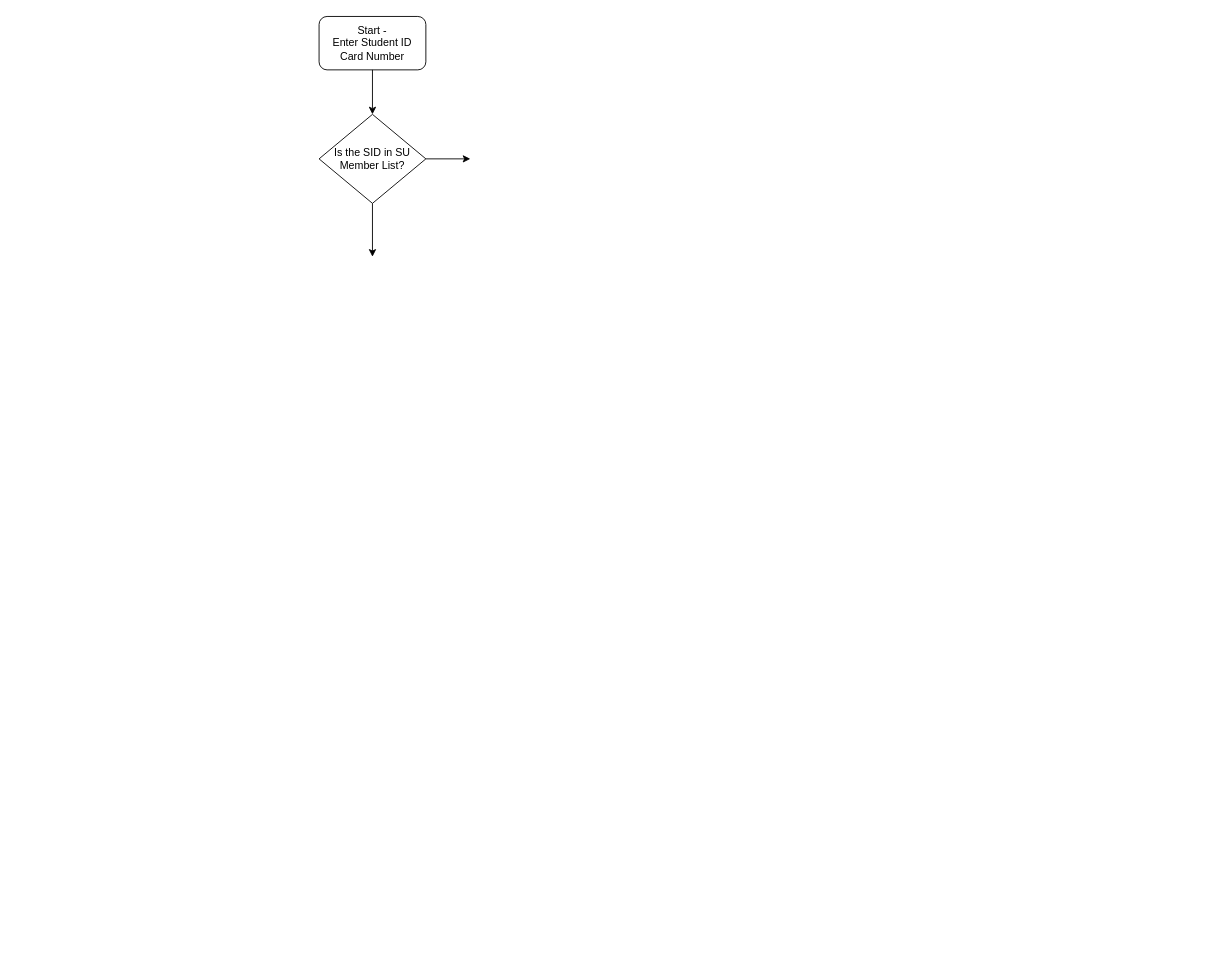
The draw.io diagram Untitled Diagram.drawio in horacewhc/hello-world, before the edit. Source tidied: cells renumbered, new cells numbered last; positions are measured from the earlier drawing's top-left corner, leaving out a move shared by most shapes. Both pictures are drawn from the tidied source at 89%, with x=0, y=0 at pixel (319, 16).
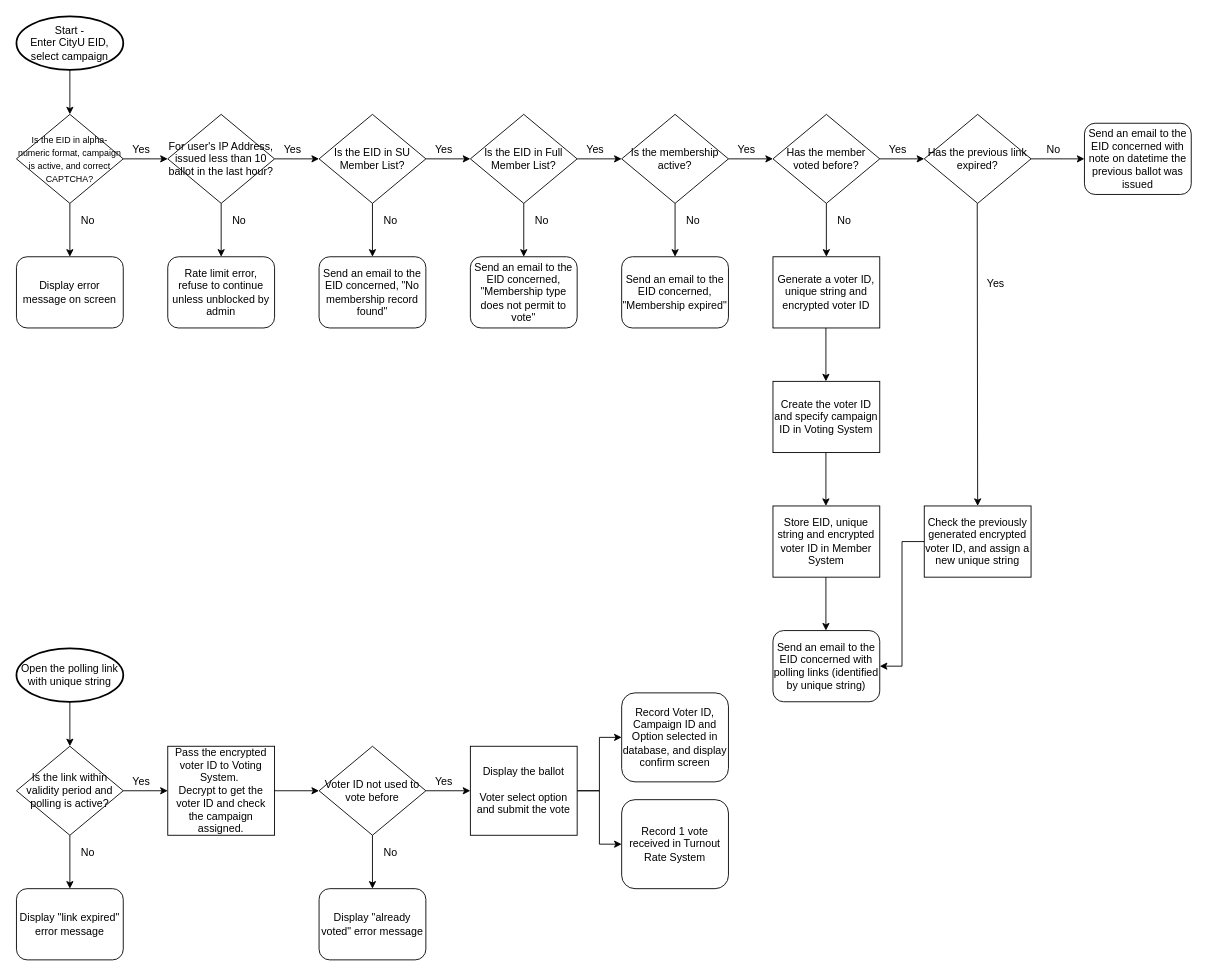
The same page after the edit.

The edit, as a diff of the source:
```diff
@@
-    <mxCell id="2" value="Start - &lt;br&gt;Enter Student ID Card Number" style="rounded=1;whiteSpace=wrap;html=1;" parent="1" vertex="1">
-      <mxGeometry width="120" height="60" as="geometry" />
-    </mxCell>
-    <mxCell id="3" style="endArrow=classic;html=1;rounded=0;exitX=0.5;exitY=1;exitDx=0;exitDy=0;" parent="1" edge="1" source="2">
+    <mxCell id="3" style="endArrow=classic;html=1;rounded=0;exitX=0.5;exitY=1;exitDx=0;exitDy=0;" parent="1" edge="1">
       <mxGeometry relative="1" as="geometry">
-        <mxPoint x="60" y="110" as="targetPoint" />
+        <mxPoint x="-280" y="60" as="sourcePoint" />
+        <mxPoint x="-280" y="110" as="targetPoint" />
       </mxGeometry>
     </mxCell>
-    <mxCell id="4" value="Is the SID in SU Member List?" style="rhombus;whiteSpace=wrap;html=1;" parent="1" vertex="1">
+    <mxCell id="4" value="Is the EID in SU Member List?" style="rhombus;whiteSpace=wrap;html=1;" parent="1" vertex="1">
       <mxGeometry y="110" width="120" height="100" as="geometry" />
     </mxCell>
@@
+    <mxCell id="7" value="Yes" style="text;html=1;align=center;verticalAlign=middle;fillColor=none;strokeColor=none;rounded=0;" parent="1" vertex="1">
+      <mxGeometry x="120" y="140" width="40" height="20" as="geometry" />
+    </mxCell>
+    <mxCell id="8" value="No" style="text;html=1;align=center;verticalAlign=middle;fillColor=none;strokeColor=none;rounded=0;" parent="1" vertex="1">
+      <mxGeometry x="65" y="220" width="30" height="20" as="geometry" />
+    </mxCell>
+    <mxCell id="9" value="Send an email to the EID concerned, &quot;No membership record found&quot;" style="rounded=1;whiteSpace=wrap;html=1;" parent="1" vertex="1">
+      <mxGeometry y="270" width="120" height="80" as="geometry" />
+    </mxCell>
+    <mxCell id="10" value="Is the EID in Full Member List?" style="rhombus;whiteSpace=wrap;html=1;" parent="1" vertex="1">
+      <mxGeometry x="170" y="110" width="120" height="100" as="geometry" />
+    </mxCell>
+    <mxCell id="11" style="endArrow=classic;html=1;rounded=0;exitX=0.5;exitY=1;exitDx=0;exitDy=0;" parent="1" edge="1">
+      <mxGeometry relative="1" as="geometry">
+        <mxPoint x="230" y="210" as="sourcePoint" />
+        <mxPoint x="230" y="270" as="targetPoint" />
+      </mxGeometry>
+    </mxCell>
+    <mxCell id="12" value="No" style="text;html=1;align=center;verticalAlign=middle;fillColor=none;strokeColor=none;rounded=0;" parent="1" vertex="1">
+      <mxGeometry x="235" y="220" width="30" height="20" as="geometry" />
+    </mxCell>
+    <mxCell id="13" value="Send an email to the EID concerned, &quot;Membership type does not permit to vote&quot;" style="rounded=1;whiteSpace=wrap;html=1;" parent="1" vertex="1">
+      <mxGeometry x="170" y="270" width="120" height="80" as="geometry" />
+    </mxCell>
+    <mxCell id="14" value="&lt;font style=&quot;font-size: 10px&quot;&gt;Is the EID in alpha-numeric format, campaign is active, and correct CAPTCHA?&lt;/font&gt;" style="rhombus;whiteSpace=wrap;html=1;" parent="1" vertex="1">
+      <mxGeometry x="-340" y="110" width="120" height="100" as="geometry" />
+    </mxCell>
+    <mxCell id="15" style="endArrow=classic;html=1;rounded=0;exitX=1;exitY=0.5;exitDx=0;exitDy=0;" parent="1" edge="1">
+      <mxGeometry relative="1" as="geometry">
+        <mxPoint x="-50" y="160" as="sourcePoint" />
+        <mxPoint y="160" as="targetPoint" />
+      </mxGeometry>
+    </mxCell>
+    <mxCell id="16" style="endArrow=classic;html=1;rounded=0;exitX=0.5;exitY=1;exitDx=0;exitDy=0;" parent="1" edge="1" source="14">
+      <mxGeometry relative="1" as="geometry">
+        <mxPoint x="-280" y="270" as="targetPoint" />
+      </mxGeometry>
+    </mxCell>
+    <mxCell id="17" value="Yes" style="text;html=1;align=center;verticalAlign=middle;fillColor=none;strokeColor=none;rounded=0;" parent="1" vertex="1">
+      <mxGeometry x="-50" y="140" width="40" height="20" as="geometry" />
+    </mxCell>
+    <mxCell id="18" value="No" style="text;html=1;align=center;verticalAlign=middle;fillColor=none;strokeColor=none;rounded=0;" parent="1" vertex="1">
+      <mxGeometry x="-275" y="220" width="30" height="20" as="geometry" />
+    </mxCell>
+    <mxCell id="19" value="Display error message on screen" style="rounded=1;whiteSpace=wrap;html=1;" parent="1" vertex="1">
+      <mxGeometry x="-340" y="270" width="120" height="80" as="geometry" />
+    </mxCell>
+    <mxCell id="20" value="For user's IP Address, issued less than 10 ballot in the last hour?" style="rhombus;whiteSpace=wrap;html=1;" parent="1" vertex="1">
+      <mxGeometry x="-170" y="110" width="120" height="100" as="geometry" />
+    </mxCell>
+    <mxCell id="21" style="endArrow=classic;html=1;rounded=0;exitX=0.5;exitY=1;exitDx=0;exitDy=0;" parent="1" edge="1" source="20">
+      <mxGeometry relative="1" as="geometry">
+        <mxPoint x="-110" y="270" as="targetPoint" />
+      </mxGeometry>
+    </mxCell>
+    <mxCell id="22" value="No" style="text;html=1;align=center;verticalAlign=middle;fillColor=none;strokeColor=none;rounded=0;" parent="1" vertex="1">
+      <mxGeometry x="-105" y="220" width="30" height="20" as="geometry" />
+    </mxCell>
+    <mxCell id="23" value="Rate limit error, refuse to continue unless unblocked by admin" style="rounded=1;whiteSpace=wrap;html=1;" parent="1" vertex="1">
+      <mxGeometry x="-170" y="270" width="120" height="80" as="geometry" />
+    </mxCell>
+    <mxCell id="24" style="endArrow=classic;html=1;rounded=0;exitX=1;exitY=0.5;exitDx=0;exitDy=0;" parent="1" edge="1">
+      <mxGeometry relative="1" as="geometry">
+        <mxPoint x="-220" y="160" as="sourcePoint" />
+        <mxPoint x="-170" y="160" as="targetPoint" />
+      </mxGeometry>
+    </mxCell>
+    <mxCell id="25" value="Yes" style="text;html=1;align=center;verticalAlign=middle;fillColor=none;strokeColor=none;rounded=0;" parent="1" vertex="1">
+      <mxGeometry x="-220" y="140" width="40" height="20" as="geometry" />
+    </mxCell>
+    <mxCell id="26" style="endArrow=classic;html=1;rounded=0;exitX=1;exitY=0.5;exitDx=0;exitDy=0;" parent="1" edge="1">
+      <mxGeometry relative="1" as="geometry">
+        <mxPoint x="290" y="160" as="sourcePoint" />
+        <mxPoint x="340" y="160" as="targetPoint" />
+      </mxGeometry>
+    </mxCell>
+    <mxCell id="27" value="Yes" style="text;html=1;align=center;verticalAlign=middle;fillColor=none;strokeColor=none;rounded=0;" parent="1" vertex="1">
+      <mxGeometry x="290" y="140" width="40" height="20" as="geometry" />
+    </mxCell>
+    <mxCell id="28" value="Is the membership active?" style="rhombus;whiteSpace=wrap;html=1;" parent="1" vertex="1">
+      <mxGeometry x="340" y="110" width="120" height="100" as="geometry" />
+    </mxCell>
+    <mxCell id="29" style="endArrow=classic;html=1;rounded=0;exitX=0.5;exitY=1;exitDx=0;exitDy=0;" parent="1" edge="1">
+      <mxGeometry relative="1" as="geometry">
+        <mxPoint x="400" y="210" as="sourcePoint" />
+        <mxPoint x="400" y="270" as="targetPoint" />
+      </mxGeometry>
+    </mxCell>
+    <mxCell id="30" value="No" style="text;html=1;align=center;verticalAlign=middle;fillColor=none;strokeColor=none;rounded=0;" parent="1" vertex="1">
+      <mxGeometry x="405" y="220" width="30" height="20" as="geometry" />
+    </mxCell>
+    <mxCell id="31" value="Send an email to the EID concerned, &quot;Membership expired&quot;" style="rounded=1;whiteSpace=wrap;html=1;" parent="1" vertex="1">
+      <mxGeometry x="340" y="270" width="120" height="80" as="geometry" />
+    </mxCell>
+    <mxCell id="32" style="endArrow=classic;html=1;rounded=0;exitX=1;exitY=0.5;exitDx=0;exitDy=0;" parent="1" edge="1">
+      <mxGeometry relative="1" as="geometry">
+        <mxPoint x="460" y="160" as="sourcePoint" />
+        <mxPoint x="510" y="160" as="targetPoint" />
+      </mxGeometry>
+    </mxCell>
+    <mxCell id="33" value="Yes" style="text;html=1;align=center;verticalAlign=middle;fillColor=none;strokeColor=none;rounded=0;" parent="1" vertex="1">
+      <mxGeometry x="460" y="140" width="40" height="20" as="geometry" />
+    </mxCell>
+    <mxCell id="34" value="Has the member voted before?" style="rhombus;whiteSpace=wrap;html=1;" parent="1" vertex="1">
+      <mxGeometry x="510" y="110" width="120" height="100" as="geometry" />
+    </mxCell>
+    <mxCell id="35" style="endArrow=classic;html=1;rounded=0;exitX=0.5;exitY=1;exitDx=0;exitDy=0;" parent="1" edge="1">
+      <mxGeometry relative="1" as="geometry">
+        <mxPoint x="570" y="210" as="sourcePoint" />
+        <mxPoint x="570" y="270" as="targetPoint" />
+      </mxGeometry>
+    </mxCell>
+    <mxCell id="36" value="No" style="text;html=1;align=center;verticalAlign=middle;fillColor=none;strokeColor=none;rounded=0;" parent="1" vertex="1">
+      <mxGeometry x="575" y="220" width="30" height="20" as="geometry" />
+    </mxCell>
+    <mxCell id="37" style="endArrow=classic;html=1;rounded=0;exitX=1;exitY=0.5;exitDx=0;exitDy=0;" parent="1" edge="1">
+      <mxGeometry relative="1" as="geometry">
+        <mxPoint x="630" y="160" as="sourcePoint" />
+        <mxPoint x="680" y="160" as="targetPoint" />
+      </mxGeometry>
+    </mxCell>
+    <mxCell id="38" value="Yes" style="text;html=1;align=center;verticalAlign=middle;fillColor=none;strokeColor=none;rounded=0;" parent="1" vertex="1">
+      <mxGeometry x="630" y="140" width="40" height="20" as="geometry" />
+    </mxCell>
+    <mxCell id="39" value="Has the previous link expired?" style="rhombus;whiteSpace=wrap;html=1;" parent="1" vertex="1">
+      <mxGeometry x="680" y="110" width="120" height="100" as="geometry" />
+    </mxCell>
+    <mxCell id="40" style="endArrow=classic;html=1;rounded=0;exitX=1;exitY=0.5;exitDx=0;exitDy=0;" parent="1" edge="1" source="39">
+      <mxGeometry relative="1" as="geometry">
+        <mxPoint x="860" y="160" as="targetPoint" />
+      </mxGeometry>
+    </mxCell>
+    <mxCell id="41" value="No" style="text;html=1;align=center;verticalAlign=middle;fillColor=none;strokeColor=none;rounded=0;" parent="1" vertex="1">
+      <mxGeometry x="810" y="140" width="30" height="20" as="geometry" />
+    </mxCell>
+    <mxCell id="42" value="Send an email to the EID concerned with note on datetime the previous ballot was issued" style="rounded=1;whiteSpace=wrap;html=1;" parent="1" vertex="1">
+      <mxGeometry x="860" y="120" width="120" height="80" as="geometry" />
+    </mxCell>
+    <mxCell id="43" value="Generate a voter ID, unique string and encrypted voter ID" style="rounded=0;whiteSpace=wrap;html=1;fontSize=12;" parent="1" vertex="1">
+      <mxGeometry x="510" y="270" width="120" height="80" as="geometry" />
+    </mxCell>
+    <mxCell id="44" style="endArrow=classic;html=1;rounded=0;exitX=0.5;exitY=1;exitDx=0;exitDy=0;" parent="1" edge="1">
+      <mxGeometry relative="1" as="geometry">
+        <mxPoint x="569.5" y="350" as="sourcePoint" />
+        <mxPoint x="569.5" y="410" as="targetPoint" />
+      </mxGeometry>
+    </mxCell>
+    <mxCell id="45" value="Create the voter ID and specify campaign ID in Voting System" style="rounded=0;whiteSpace=wrap;html=1;fontSize=12;" parent="1" vertex="1">
+      <mxGeometry x="510" y="410" width="120" height="80" as="geometry" />
+    </mxCell>
+    <mxCell id="46" style="endArrow=classic;html=1;rounded=0;exitX=0.5;exitY=1;exitDx=0;exitDy=0;" parent="1" edge="1">
+      <mxGeometry relative="1" as="geometry">
+        <mxPoint x="569.5" y="490" as="sourcePoint" />
+        <mxPoint x="569.5" y="550" as="targetPoint" />
+      </mxGeometry>
+    </mxCell>
+    <mxCell id="47" value="Store EID, unique string and encrypted voter ID in Member System" style="rounded=0;whiteSpace=wrap;html=1;fontSize=12;" parent="1" vertex="1">
+      <mxGeometry x="510" y="550" width="120" height="80" as="geometry" />
+    </mxCell>
+    <mxCell id="48" style="endArrow=classic;html=1;rounded=0;exitX=0.5;exitY=1;exitDx=0;exitDy=0;" parent="1" edge="1">
+      <mxGeometry relative="1" as="geometry">
+        <mxPoint x="569.5" y="630" as="sourcePoint" />
+        <mxPoint x="569.5" y="690" as="targetPoint" />
+      </mxGeometry>
+    </mxCell>
+    <mxCell id="49" value="Send an email to the EID concerned with polling links (identified by unique string)" style="rounded=1;whiteSpace=wrap;html=1;" parent="1" vertex="1">
+      <mxGeometry x="510" y="690" width="120" height="80" as="geometry" />
+    </mxCell>
+    <mxCell id="50" value="Yes" style="text;html=1;align=center;verticalAlign=middle;fillColor=none;strokeColor=none;rounded=0;" parent="1" vertex="1">
+      <mxGeometry x="740" y="290" width="40" height="20" as="geometry" />
+    </mxCell>
+    <mxCell id="51" style="edgeStyle=orthogonalEdgeStyle;rounded=0;jettySize=auto;html=1;entryX=1;entryY=0.5;entryDx=0;entryDy=0;fontSize=12;" parent="1" edge="1" source="52" target="49">
+      <mxGeometry relative="1" as="geometry" />
+    </mxCell>
+    <mxCell id="52" value="Check the previously generated encrypted voter ID, and assign a new unique string" style="rounded=0;whiteSpace=wrap;html=1;fontSize=12;" parent="1" vertex="1">
+      <mxGeometry x="680" y="550" width="120" height="80" as="geometry" />
+    </mxCell>
+    <mxCell id="53" style="endArrow=classic;html=1;rounded=0;exitX=0.5;exitY=1;exitDx=0;exitDy=0;entryX=0.5;entryY=0;entryDx=0;entryDy=0;" parent="1" edge="1" target="52">
+      <mxGeometry relative="1" as="geometry">
+        <mxPoint x="739.5" y="210" as="sourcePoint" />
+      </mxGeometry>
+    </mxCell>
+    <mxCell id="54" style="endArrow=classic;html=1;rounded=0;exitX=0.5;exitY=1;exitDx=0;exitDy=0;" parent="1" edge="1">
+      <mxGeometry relative="1" as="geometry">
+        <mxPoint x="-280" y="770" as="sourcePoint" />
+        <mxPoint x="-280" y="820" as="targetPoint" />
+      </mxGeometry>
+    </mxCell>
+    <mxCell id="55" value="&lt;font style=&quot;font-size: 12px&quot;&gt;Is the link within validity period and polling is active?&lt;/font&gt;" style="rhombus;whiteSpace=wrap;html=1;" parent="1" vertex="1">
+      <mxGeometry x="-340" y="820" width="120" height="100" as="geometry" />
+    </mxCell>
+    <mxCell id="56" style="endArrow=classic;html=1;rounded=0;exitX=0.5;exitY=1;exitDx=0;exitDy=0;" parent="1" edge="1" source="55">
+      <mxGeometry relative="1" as="geometry">
+        <mxPoint x="-280" y="980" as="targetPoint" />
+      </mxGeometry>
+    </mxCell>
+    <mxCell id="57" value="No" style="text;html=1;align=center;verticalAlign=middle;fillColor=none;strokeColor=none;rounded=0;" parent="1" vertex="1">
+      <mxGeometry x="-275" y="930" width="30" height="20" as="geometry" />
+    </mxCell>
+    <mxCell id="58" value="Display &quot;link expired&quot; error message" style="rounded=1;whiteSpace=wrap;html=1;" parent="1" vertex="1">
+      <mxGeometry x="-340" y="980" width="120" height="80" as="geometry" />
+    </mxCell>
+    <mxCell id="59" style="endArrow=classic;html=1;rounded=0;exitX=1;exitY=0.5;exitDx=0;exitDy=0;" parent="1" edge="1">
+      <mxGeometry relative="1" as="geometry">
+        <mxPoint x="-220" y="870" as="sourcePoint" />
+        <mxPoint x="-170" y="870" as="targetPoint" />
+      </mxGeometry>
+    </mxCell>
+    <mxCell id="60" value="Yes" style="text;html=1;align=center;verticalAlign=middle;fillColor=none;strokeColor=none;rounded=0;" parent="1" vertex="1">
+      <mxGeometry x="-220" y="850" width="40" height="20" as="geometry" />
+    </mxCell>
+    <mxCell id="61" value="Pass the encrypted voter ID to Voting System.&amp;nbsp;&lt;br&gt;Decrypt to get the voter ID and check the campaign assigned." style="rounded=0;whiteSpace=wrap;html=1;fontSize=12;" parent="1" vertex="1">
+      <mxGeometry x="-170" y="820" width="120" height="100" as="geometry" />
+    </mxCell>
+    <mxCell id="62" style="endArrow=classic;html=1;rounded=0;exitX=1;exitY=0.5;exitDx=0;exitDy=0;" parent="1" edge="1">
+      <mxGeometry relative="1" as="geometry">
+        <mxPoint x="-50" y="870" as="sourcePoint" />
+        <mxPoint y="870" as="targetPoint" />
+      </mxGeometry>
+    </mxCell>
+    <mxCell id="63" value="Voter ID not used to vote before" style="rhombus;whiteSpace=wrap;html=1;" parent="1" vertex="1">
+      <mxGeometry y="820" width="120" height="100" as="geometry" />
+    </mxCell>
+    <mxCell id="64" style="endArrow=classic;html=1;rounded=0;exitX=1;exitY=0.5;exitDx=0;exitDy=0;" parent="1" edge="1" source="63">
+      <mxGeometry relative="1" as="geometry">
+        <mxPoint x="170" y="870" as="targetPoint" />
+      </mxGeometry>
+    </mxCell>
+    <mxCell id="65" style="endArrow=classic;html=1;rounded=0;exitX=0.5;exitY=1;exitDx=0;exitDy=0;" parent="1" edge="1" source="63">
+      <mxGeometry relative="1" as="geometry">
+        <mxPoint x="60" y="980" as="targetPoint" />
+      </mxGeometry>
+    </mxCell>
+    <mxCell id="66" value="Yes" style="text;html=1;align=center;verticalAlign=middle;fillColor=none;strokeColor=none;rounded=0;" parent="1" vertex="1">
+      <mxGeometry x="120" y="850" width="40" height="20" as="geometry" />
+    </mxCell>
+    <mxCell id="67" value="No" style="text;html=1;align=center;verticalAlign=middle;fillColor=none;strokeColor=none;rounded=0;" parent="1" vertex="1">
+      <mxGeometry x="65" y="930" width="30" height="20" as="geometry" />
+    </mxCell>
+    <mxCell id="68" value="Display &quot;already voted&quot; error message" style="rounded=1;whiteSpace=wrap;html=1;" parent="1" vertex="1">
+      <mxGeometry y="980" width="120" height="80" as="geometry" />
+    </mxCell>
+    <mxCell id="69" style="edgeStyle=orthogonalEdgeStyle;rounded=0;jettySize=auto;html=1;exitX=1;exitY=0.5;exitDx=0;exitDy=0;entryX=0;entryY=0.5;entryDx=0;entryDy=0;fontSize=12;" parent="1" edge="1" source="71" target="72">
+      <mxGeometry relative="1" as="geometry" />
+    </mxCell>
+    <mxCell id="70" style="edgeStyle=orthogonalEdgeStyle;rounded=0;jettySize=auto;html=1;exitX=1;exitY=0.5;exitDx=0;exitDy=0;entryX=0;entryY=0.5;entryDx=0;entryDy=0;fontSize=12;" parent="1" edge="1" source="71" target="73">
+      <mxGeometry relative="1" as="geometry" />
+    </mxCell>
+    <mxCell id="71" value="Display the ballot&lt;br&gt;&lt;br&gt;Voter select option and submit the vote" style="rounded=0;whiteSpace=wrap;html=1;fontSize=12;" parent="1" vertex="1">
+      <mxGeometry x="170" y="820" width="120" height="100" as="geometry" />
+    </mxCell>
+    <mxCell id="72" value="Record Voter ID, Campaign ID and Option selected in database, and display confirm screen" style="rounded=1;whiteSpace=wrap;html=1;" parent="1" vertex="1">
+      <mxGeometry x="340" y="760" width="120" height="100" as="geometry" />
+    </mxCell>
+    <mxCell id="73" value="Record 1 vote received in Turnout Rate System" style="rounded=1;whiteSpace=wrap;html=1;" parent="1" vertex="1">
+      <mxGeometry x="340" y="880" width="120" height="100" as="geometry" />
+    </mxCell>
+    <mxCell id="74" value="&lt;span&gt;Open the polling link with unique string&lt;/span&gt;" style="strokeWidth=2;html=1;shape=mxgraph.flowchart.start_1;whiteSpace=wrap;fontSize=12;" parent="1" vertex="1">
+      <mxGeometry x="-340" y="710" width="120" height="60" as="geometry" />
+    </mxCell>
+    <mxCell id="75" value="Start -&lt;br&gt;Enter CityU EID, select campaign" style="strokeWidth=2;html=1;shape=mxgraph.flowchart.start_1;whiteSpace=wrap;fontSize=12;" parent="1" vertex="1">
+      <mxGeometry x="-340" width="120" height="60" as="geometry" />
+    </mxCell>
```
